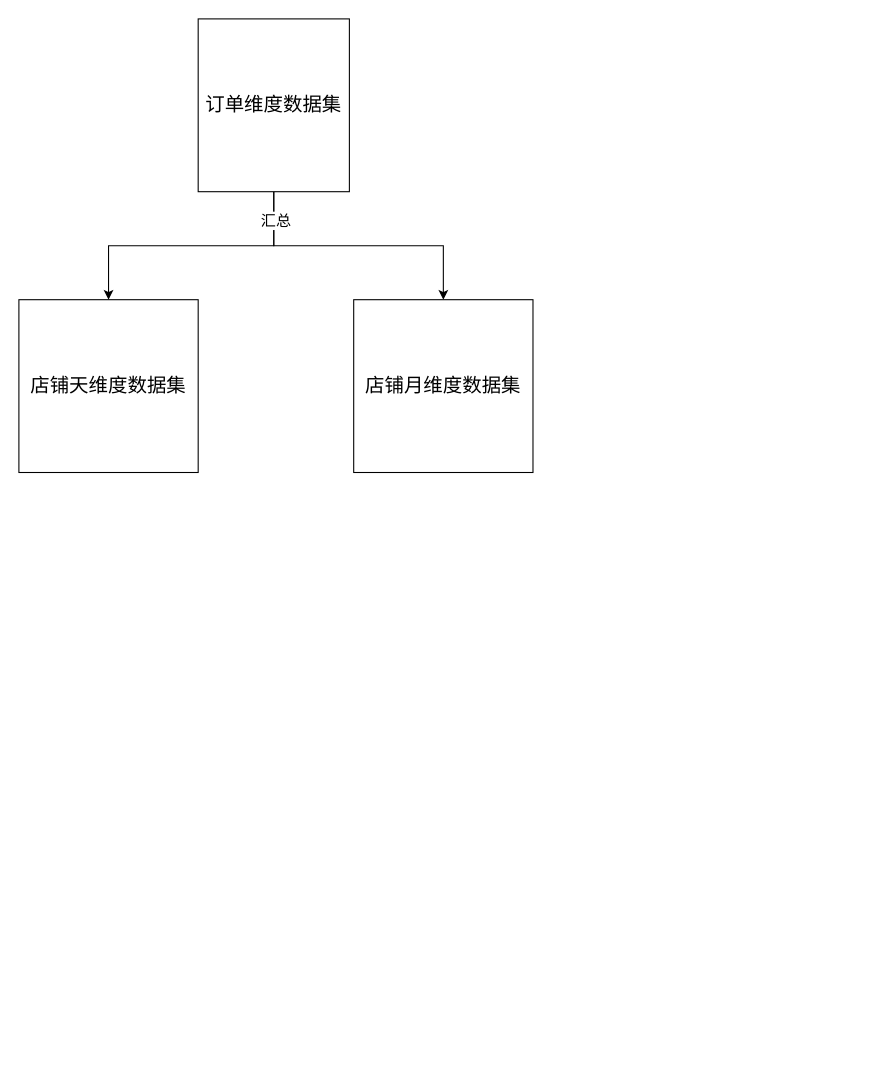
GitHeP/diagrams keeps this draw.io diagram as longpean/店铺销售报表V1.1.drawio. Above is the earlier version. Source tidied: cells renumbered, new cells numbered last; positions are measured from the earlier drawing's top-left corner, leaving out a move shared by most shapes. Both pictures are drawn from the tidied source at 108%, with x=0, y=0 at pixel (18, 18).
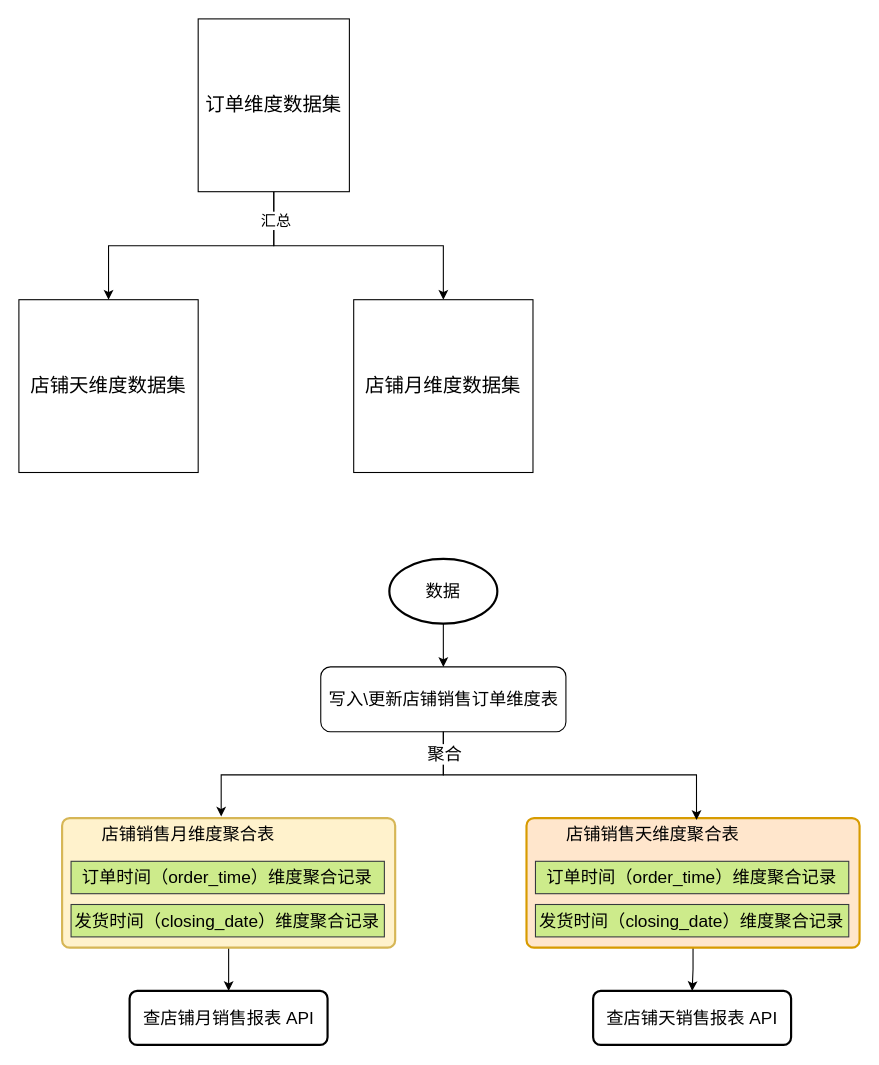
The same page after the edit.

Commit message:
更新店铺销售报表V1.1.drawio

What changed in the source:
```diff
@@
+    <mxCell id="8" style="edgeStyle=orthogonalEdgeStyle;rounded=0;jettySize=auto;html=1;" parent="1" edge="1" source="9" target="15">
+      <mxGeometry relative="1" as="geometry" />
+    </mxCell>
+    <mxCell id="9" value="&lt;font style=&quot;font-size: 16px;&quot;&gt;数据&lt;/font&gt;" style="strokeWidth=2;html=1;shape=mxgraph.flowchart.start_1;whiteSpace=wrap;" parent="1" vertex="1">
+      <mxGeometry x="343" y="500" width="100" height="60" as="geometry" />
+    </mxCell>
+    <mxCell id="10" style="edgeStyle=orthogonalEdgeStyle;rounded=0;jettySize=auto;html=1;" parent="1" edge="1" source="11" target="24">
+      <mxGeometry relative="1" as="geometry" />
+    </mxCell>
+    <mxCell id="11" style="rounded=1;whiteSpace=wrap;html=1;absoluteArcSize=1;arcSize=14;strokeWidth=2;fillColor=#fff2cc;strokeColor=#d6b656;" parent="1" vertex="1">
+      <mxGeometry x="40" y="740" width="308.4" height="120" as="geometry" />
+    </mxCell>
+    <mxCell id="12" value="&lt;font style=&quot;font-size: 16px;&quot;&gt;订单时间（order_time）维度聚合记录&lt;/font&gt;" style="rounded=0;whiteSpace=wrap;html=1;fillColor=#cdeb8b;strokeColor=#36393d;" parent="1" vertex="1">
+      <mxGeometry x="48.3" y="780" width="290.1" height="30" as="geometry" />
+    </mxCell>
+    <mxCell id="13" value="&lt;font style=&quot;font-size: 16px;&quot;&gt;发货时间（closing_date）维度聚合记录&lt;/font&gt;" style="rounded=0;whiteSpace=wrap;html=1;fillColor=#cdeb8b;strokeColor=#36393d;" parent="1" vertex="1">
+      <mxGeometry x="48.3" y="820" width="290.1" height="30" as="geometry" />
+    </mxCell>
+    <mxCell id="14" value="&lt;font style=&quot;font-size: 16px;&quot;&gt;店铺销售月维度聚合表&lt;/font&gt;" style="text;html=1;strokeColor=none;fillColor=none;align=center;verticalAlign=middle;whiteSpace=wrap;rounded=0;" parent="1" vertex="1">
+      <mxGeometry x="42.4" y="740" width="230" height="30" as="geometry" />
+    </mxCell>
+    <mxCell id="15" value="&lt;font style=&quot;font-size: 16px;&quot;&gt;写入\更新店铺销售订单维度表&lt;/font&gt;" style="rounded=1;whiteSpace=wrap;html=1;" parent="1" vertex="1">
+      <mxGeometry x="279.5" y="600" width="227" height="60" as="geometry" />
+    </mxCell>
+    <mxCell id="16" style="edgeStyle=orthogonalEdgeStyle;rounded=0;jettySize=auto;html=1;" parent="1" edge="1" source="17" target="25">
+      <mxGeometry relative="1" as="geometry" />
+    </mxCell>
+    <mxCell id="17" style="rounded=1;whiteSpace=wrap;html=1;absoluteArcSize=1;arcSize=14;strokeWidth=2;fillColor=#ffe6cc;strokeColor=#d79b00;" parent="1" vertex="1">
+      <mxGeometry x="470" y="740" width="308.4" height="120" as="geometry" />
+    </mxCell>
+    <mxCell id="18" value="&lt;font style=&quot;font-size: 16px;&quot;&gt;订单时间（order_time）维度聚合记录&lt;/font&gt;" style="rounded=0;whiteSpace=wrap;html=1;fillColor=#cdeb8b;strokeColor=#36393d;" parent="1" vertex="1">
+      <mxGeometry x="478.3" y="780" width="290.1" height="30" as="geometry" />
+    </mxCell>
+    <mxCell id="19" value="&lt;font style=&quot;font-size: 16px;&quot;&gt;发货时间（closing_date）维度聚合记录&lt;/font&gt;" style="rounded=0;whiteSpace=wrap;html=1;fillColor=#cdeb8b;strokeColor=#36393d;" parent="1" vertex="1">
+      <mxGeometry x="478.3" y="820" width="290.1" height="30" as="geometry" />
+    </mxCell>
+    <mxCell id="20" value="&lt;font style=&quot;font-size: 16px;&quot;&gt;店铺销售天维度聚合表&lt;/font&gt;" style="text;html=1;strokeColor=none;fillColor=none;align=center;verticalAlign=middle;whiteSpace=wrap;rounded=0;" parent="1" vertex="1">
+      <mxGeometry x="472.4" y="740" width="230" height="30" as="geometry" />
+    </mxCell>
+    <mxCell id="21" style="edgeStyle=orthogonalEdgeStyle;rounded=0;jettySize=auto;html=1;entryX=0.63;entryY=-0.048;entryDx=0;entryDy=0;entryPerimeter=0;exitX=0.5;exitY=1;exitDx=0;exitDy=0;" parent="1" edge="1" source="15" target="14">
+      <mxGeometry relative="1" as="geometry" />
+    </mxCell>
+    <mxCell id="22" style="edgeStyle=orthogonalEdgeStyle;rounded=0;jettySize=auto;html=1;entryX=0.674;entryY=0.057;entryDx=0;entryDy=0;entryPerimeter=0;" parent="1" edge="1" source="15" target="20">
+      <mxGeometry relative="1" as="geometry" />
+    </mxCell>
+    <mxCell id="23" value="&lt;font style=&quot;font-size: 16px;&quot;&gt;聚合&lt;/font&gt;" style="edgeLabel;html=1;align=center;verticalAlign=middle;" parent="22" vertex="1">
+      <mxGeometry x="-0.91" relative="1" as="geometry">
+        <mxPoint y="6" as="offset" />
+      </mxGeometry>
+    </mxCell>
+    <mxCell id="24" value="&lt;font style=&quot;font-size: 16px;&quot;&gt;查店铺月销售报表 API&lt;/font&gt;" style="rounded=1;whiteSpace=wrap;html=1;absoluteArcSize=1;arcSize=14;strokeWidth=2;" parent="1" vertex="1">
+      <mxGeometry x="102.5" y="900" width="183.3" height="50" as="geometry" />
+    </mxCell>
+    <mxCell id="25" value="&lt;font style=&quot;font-size: 16px;&quot;&gt;查店铺天销售报表 API&lt;/font&gt;" style="rounded=1;whiteSpace=wrap;html=1;absoluteArcSize=1;arcSize=14;strokeWidth=2;" parent="1" vertex="1">
+      <mxGeometry x="531.7" y="900" width="183.3" height="50" as="geometry" />
+    </mxCell>
```
